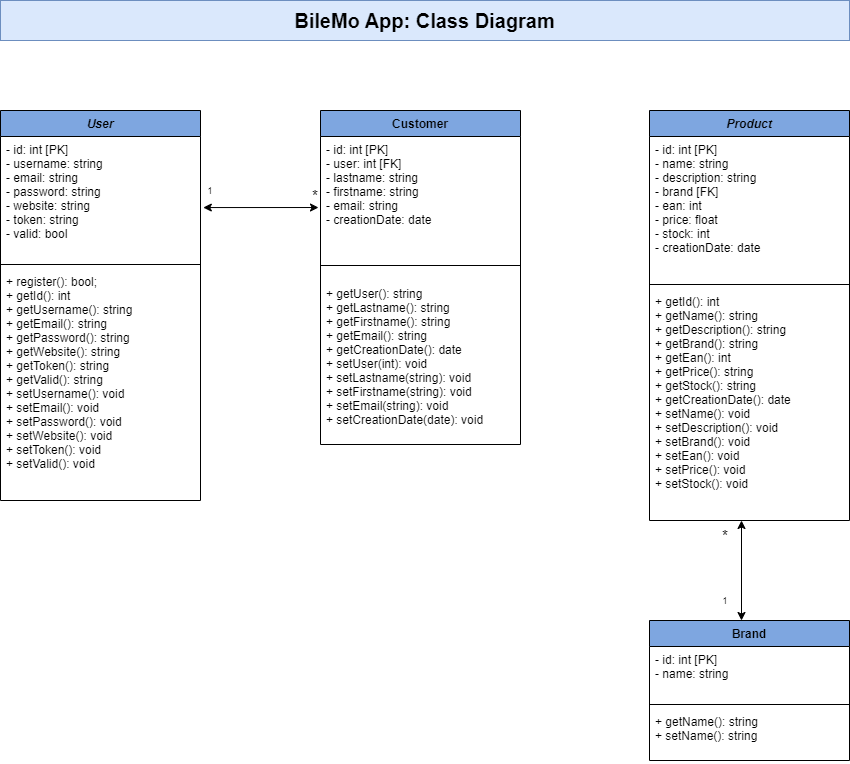
Above: diagrammes/diagramme-de-classes.png in fabienVernieres/BileMo (draw.io), before the change. Source tidied: cells renumbered, new cells last; positions are measured from the earlier drawing's top-left corner, leaving out a move shared by most shapes.
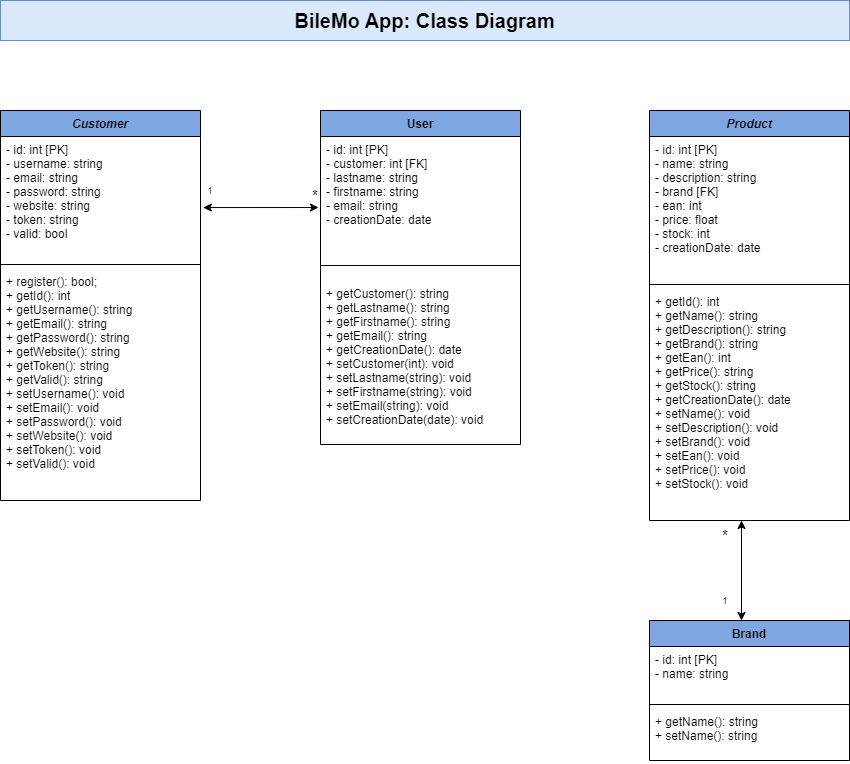
After the commit.

Commit message:
EventListener, parameters names, API pagination, email constraint type

What changed in the source:
```diff
@@ -29,19 +29,19 @@
     <mxCell id="10" value="+ getName(): string&#10;+ setName(): string&#10;" style="text;strokeColor=none;fillColor=none;align=left;verticalAlign=top;spacingLeft=4;spacingRight=4;overflow=hidden;" parent="7" vertex="1">
       <mxGeometry y="88" width="200" height="52" as="geometry" />
     </mxCell>
-    <mxCell id="11" value="Customer" style="swimlane;fontStyle=1;align=center;verticalAlign=top;horizontal=1;startSize=26;fillColor=#7EA6E0;" parent="1" vertex="1">
+    <mxCell id="11" value="User" style="swimlane;fontStyle=1;align=center;verticalAlign=top;horizontal=1;startSize=26;fillColor=#7EA6E0;" parent="1" vertex="1">
       <mxGeometry x="320" y="110" width="200" height="334" as="geometry" />
     </mxCell>
-    <mxCell id="12" value="- id: int [PK]&#10;- user: int [FK]&#10;- lastname: string&#10;- firstname: string&#10;- email: string&#10;- creationDate: date" style="text;strokeColor=none;fillColor=none;align=left;verticalAlign=top;spacingLeft=4;spacingRight=4;overflow=hidden;points=[[0,0.5],[1,0.5]];portConstraint=eastwest;fontSize=12;" parent="11" vertex="1">
+    <mxCell id="12" value="- id: int [PK]&#10;- customer: int [FK]&#10;- lastname: string&#10;- firstname: string&#10;- email: string&#10;- creationDate: date" style="text;strokeColor=none;fillColor=none;align=left;verticalAlign=top;spacingLeft=4;spacingRight=4;overflow=hidden;points=[[0,0.5],[1,0.5]];portConstraint=eastwest;fontSize=12;" parent="11" vertex="1">
       <mxGeometry y="26" width="200" height="114" as="geometry" />
     </mxCell>
     <mxCell id="13" style="line;strokeWidth=1;fillColor=none;align=left;verticalAlign=middle;spacingTop=-1;spacingLeft=3;spacingRight=3;labelPosition=right;" parent="11" vertex="1">
       <mxGeometry y="140" width="200" height="30" as="geometry" />
     </mxCell>
-    <mxCell id="14" value="+ getUser(): string&#10;+ getLastname(): string&#10;+ getFirstname(): string&#10;+ getEmail(): string&#10;+ getCreationDate(): date&#10;+ setUser(int): void&#10;+ setLastname(string): void&#10;+ setFirstname(string): void&#10;+ setEmail(string): void&#10;+ setCreationDate(date): void&#10;" style="text;strokeColor=none;fillColor=none;align=left;verticalAlign=top;spacingLeft=4;spacingRight=4;overflow=hidden;" parent="11" vertex="1">
+    <mxCell id="14" value="+ getCustomer(): string&#10;+ getLastname(): string&#10;+ getFirstname(): string&#10;+ getEmail(): string&#10;+ getCreationDate(): date&#10;+ setCustomer(int): void&#10;+ setLastname(string): void&#10;+ setFirstname(string): void&#10;+ setEmail(string): void&#10;+ setCreationDate(date): void&#10;" style="text;strokeColor=none;fillColor=none;align=left;verticalAlign=top;spacingLeft=4;spacingRight=4;overflow=hidden;" parent="11" vertex="1">
       <mxGeometry y="170" width="200" height="164" as="geometry" />
     </mxCell>
-    <mxCell id="15" value="User" style="swimlane;fontStyle=3;align=center;verticalAlign=top;horizontal=1;startSize=26;fillColor=#7EA6E0;" parent="1" vertex="1">
+    <mxCell id="15" value="Customer" style="swimlane;fontStyle=3;align=center;verticalAlign=top;horizontal=1;startSize=26;fillColor=#7EA6E0;" parent="1" vertex="1">
       <mxGeometry y="110" width="200" height="390" as="geometry" />
     </mxCell>
     <mxCell id="16" value="- id: int [PK]&#10;- username: string&#10;- email: string&#10;- password: string&#10;- website: string&#10;- token: string&#10;- valid: bool" style="text;strokeColor=none;fillColor=none;align=left;verticalAlign=top;spacingLeft=4;spacingRight=4;overflow=hidden;points=[[0,0.5],[1,0.5]];portConstraint=eastwest;fontSize=12;" parent="15" vertex="1">
```
